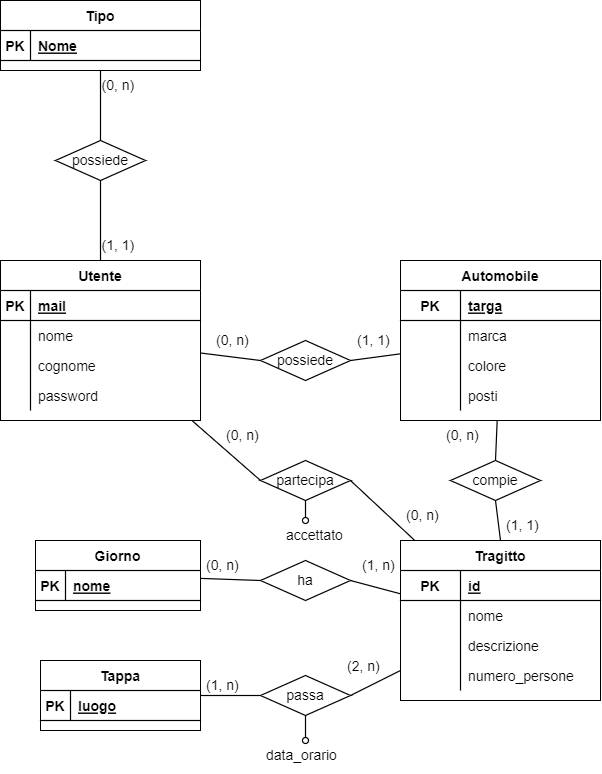
Above: DB.png in GioeleCavallo/Condivisione-Passaggi (draw.io), before the change. Source tidied: cells renumbered, new cells last; positions are measured from the earlier drawing's top-left corner, leaving out a move shared by most shapes.
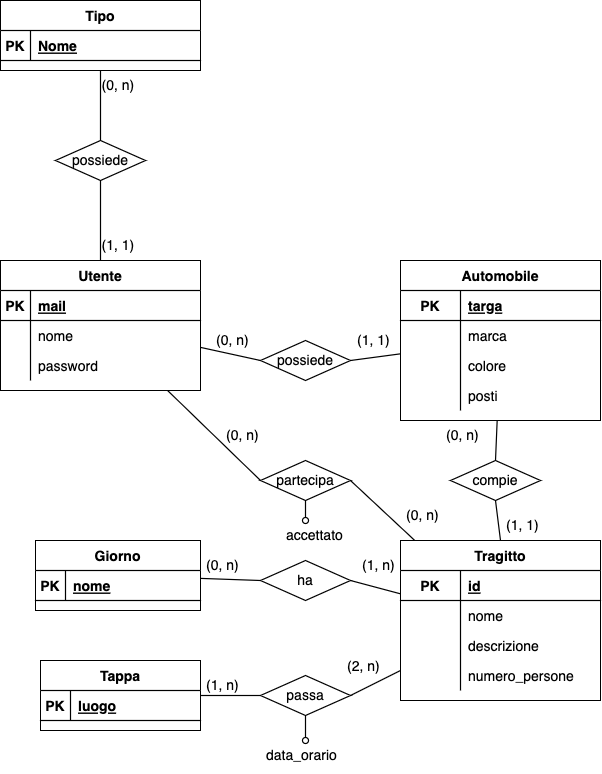
Later version of the same file.

Commit message:
Database aggiornato

What changed in the source:
```diff
@@ -3,7 +3,7 @@
     <mxCell id="0" />
     <mxCell id="1" parent="0" />
     <mxCell id="2" value="Utente" style="shape=table;startSize=30;rowLines=0;fontStyle=1;align=center;fontSize=14;strokeWidth=1.2;" parent="1" vertex="1">
-      <mxGeometry y="260" width="200" height="160" as="geometry" />
+      <mxGeometry y="260" width="200" height="130" as="geometry" />
     </mxCell>
     <mxCell id="3" style="shape=tableRow;horizontal=0;startSize=0;swimlaneHead=0;swimlaneBody=0;fillColor=none;top=0;left=0;right=0;bottom=1;fontSize=14;strokeWidth=1.2;" parent="2" vertex="1">
       <mxGeometry y="30" width="200" height="30" as="geometry" />
@@ -29,18 +29,9 @@
     <mxCell id="10" style="shape=partialRectangle;fillColor=none;top=0;left=0;bottom=0;right=0;overflow=hidden;fontSize=14;strokeWidth=1.2;" parent="9" vertex="1">
       <mxGeometry width="30" height="30" as="geometry" />
     </mxCell>
-    <mxCell id="11" value="cognome" style="shape=partialRectangle;fillColor=none;top=0;left=0;bottom=0;right=0;align=left;spacingLeft=6;overflow=hidden;fontSize=14;strokeWidth=1.2;" parent="9" vertex="1">
+    <mxCell id="11" value="password" style="shape=partialRectangle;fillColor=none;top=0;left=0;bottom=0;right=0;align=left;spacingLeft=6;overflow=hidden;fontSize=14;strokeWidth=1.2;" parent="9" vertex="1">
       <mxGeometry x="30" width="170" height="30" as="geometry" />
     </mxCell>
-    <mxCell id="12" style="shape=tableRow;horizontal=0;startSize=0;swimlaneHead=0;swimlaneBody=0;fillColor=none;top=0;left=0;right=0;bottom=0;fontSize=14;strokeWidth=1.2;" parent="2" vertex="1">
-      <mxGeometry y="120" width="200" height="30" as="geometry" />
-    </mxCell>
-    <mxCell id="13" style="shape=partialRectangle;fillColor=none;top=0;left=0;bottom=0;right=0;overflow=hidden;fontSize=14;strokeWidth=1.2;" parent="12" vertex="1">
-      <mxGeometry width="30" height="30" as="geometry" />
-    </mxCell>
-    <mxCell id="14" value="password" style="shape=partialRectangle;fillColor=none;top=0;left=0;bottom=0;right=0;align=left;spacingLeft=6;overflow=hidden;fontSize=14;strokeWidth=1.2;" parent="12" vertex="1">
-      <mxGeometry x="30" width="170" height="30" as="geometry" />
-    </mxCell>
     <mxCell id="15" value="Automobile" style="shape=table;startSize=30;rowLines=0;fontStyle=1;align=center;fontSize=14;strokeWidth=1.2;" parent="1" vertex="1">
       <mxGeometry x="400" y="260" width="200" height="160" as="geometry" />
     </mxCell>
```
